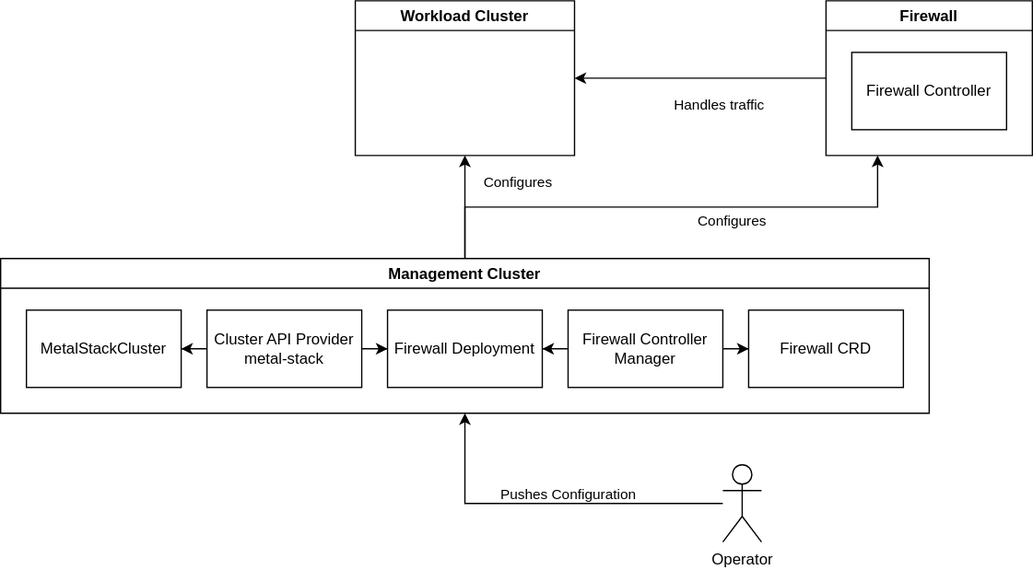
Above: docs/src/development/proposals/MEP16/firewall-for-capms-overview.svg in metal-stack/docs (draw.io), before the change. Source tidied: cells renumbered, new cells last; positions are measured from the earlier drawing's top-left corner, leaving out a move shared by most shapes.
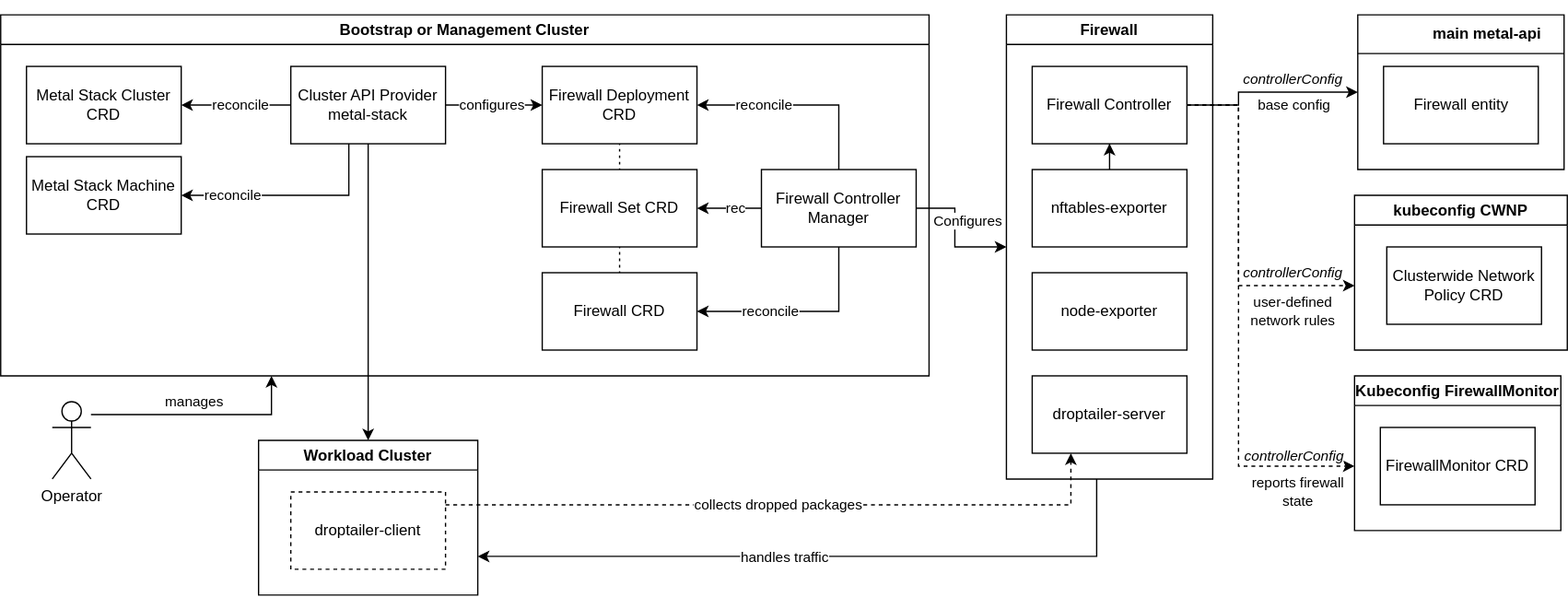
Above is the later version.

The edit, as a diff of the source:
```diff
@@ -2,83 +2,243 @@
   <root>
     <mxCell id="0" />
     <mxCell id="1" parent="0" />
-    <mxCell id="2" style="edgeStyle=orthogonalEdgeStyle;rounded=0;jettySize=auto;html=1;exitX=0;exitY=0.5;exitDx=0;exitDy=0;entryX=1;entryY=0.5;entryDx=0;entryDy=0;" parent="1" edge="1" source="4" target="6">
-      <mxGeometry relative="1" as="geometry" />
+    <mxCell id="2" style="edgeStyle=orthogonalEdgeStyle;rounded=0;jettySize=auto;html=1;" parent="1" edge="1" source="4" target="6">
+      <mxGeometry relative="1" as="geometry">
+        <Array as="points">
+          <mxPoint x="850" y="580" />
+        </Array>
+      </mxGeometry>
     </mxCell>
-    <mxCell id="3" value="Handles traffic" style="edgeLabel;html=1;align=center;verticalAlign=middle;" parent="2" vertex="1">
-      <mxGeometry x="-0.33" y="-1" relative="1" as="geometry">
-        <mxPoint x="-18" y="21" as="offset" />
-      </mxGeometry>
-    </mxCell>
+    <mxCell id="24" value="handles traffic" style="edgeLabel;html=1;align=center;verticalAlign=middle;" parent="2" vertex="1">
+      <mxGeometry x="0.12" y="1" relative="1" as="geometry" />
+    </mxCell>
     <mxCell id="4" value="Firewall" style="swimlane;whiteSpace=wrap;html=1;" parent="1" vertex="1">
-      <mxGeometry x="640" width="160" height="120" as="geometry" />
+      <mxGeometry x="780" y="160" width="160" height="360" as="geometry" />
     </mxCell>
     <mxCell id="5" value="Firewall Controller" style="rounded=0;whiteSpace=wrap;html=1;" parent="4" vertex="1">
       <mxGeometry x="20" y="40" width="120" height="60" as="geometry" />
     </mxCell>
+    <mxCell id="25" value="node-exporter" style="rounded=0;whiteSpace=wrap;html=1;" parent="4" vertex="1">
+      <mxGeometry x="20" y="200" width="120" height="60" as="geometry" />
+    </mxCell>
+    <mxCell id="26" style="edgeStyle=orthogonalEdgeStyle;rounded=0;jettySize=auto;html=1;" parent="4" edge="1" source="27" target="5">
+      <mxGeometry relative="1" as="geometry" />
+    </mxCell>
+    <mxCell id="27" value="nftables-exporter" style="rounded=0;whiteSpace=wrap;html=1;" parent="4" vertex="1">
+      <mxGeometry x="20" y="120" width="120" height="60" as="geometry" />
+    </mxCell>
+    <mxCell id="28" value="droptailer-server" style="rounded=0;whiteSpace=wrap;html=1;" parent="4" vertex="1">
+      <mxGeometry x="20" y="280" width="120" height="60" as="geometry" />
+    </mxCell>
     <mxCell id="6" value="Workload Cluster" style="swimlane;whiteSpace=wrap;html=1;" parent="1" vertex="1">
-      <mxGeometry x="275" width="170" height="120" as="geometry" />
+      <mxGeometry x="200" y="490" width="170" height="120" as="geometry" />
     </mxCell>
-    <mxCell id="7" style="edgeStyle=orthogonalEdgeStyle;rounded=0;jettySize=auto;html=1;entryX=0.25;entryY=1;entryDx=0;entryDy=0;" parent="1" edge="1" source="9" target="4">
-      <mxGeometry relative="1" as="geometry" />
-    </mxCell>
-    <mxCell id="8" value="Configures" style="edgeLabel;html=1;align=center;verticalAlign=middle;" parent="7" vertex="1">
-      <mxGeometry x="0.29" relative="1" as="geometry">
-        <mxPoint x="-12" y="10" as="offset" />
-      </mxGeometry>
-    </mxCell>
-    <mxCell id="9" value="Management Cluster" style="swimlane;whiteSpace=wrap;html=1;" parent="1" vertex="1">
-      <mxGeometry y="200" width="720" height="120" as="geometry" />
-    </mxCell>
-    <mxCell id="10" style="edgeStyle=orthogonalEdgeStyle;rounded=0;jettySize=auto;html=1;" parent="9" edge="1" source="12" target="13">
-      <mxGeometry relative="1" as="geometry" />
-    </mxCell>
-    <mxCell id="11" style="edgeStyle=orthogonalEdgeStyle;rounded=0;jettySize=auto;html=1;" parent="9" edge="1" source="12" target="14">
-      <mxGeometry relative="1" as="geometry" />
-    </mxCell>
+    <mxCell id="29" value="droptailer-client" style="rounded=0;whiteSpace=wrap;html=1;dashed=1;" parent="6" vertex="1">
+      <mxGeometry x="25" y="40" width="120" height="60" as="geometry" />
+    </mxCell>
+    <mxCell id="30" style="edgeStyle=orthogonalEdgeStyle;rounded=0;jettySize=auto;html=1;" parent="1" edge="1" source="16" target="4">
+      <mxGeometry relative="1" as="geometry">
+        <Array as="points">
+          <mxPoint x="740" y="310" />
+          <mxPoint x="740" y="340" />
+        </Array>
+      </mxGeometry>
+    </mxCell>
+    <mxCell id="31" value="Configures" style="edgeLabel;html=1;align=center;verticalAlign=middle;" parent="30" vertex="1">
+      <mxGeometry x="0.29" relative="1" as="geometry">
+        <mxPoint x="5" y="-20" as="offset" />
+      </mxGeometry>
+    </mxCell>
+    <mxCell id="32" value="Bootstrap or Management Cluster" style="swimlane;whiteSpace=wrap;html=1;" parent="1" vertex="1">
+      <mxGeometry y="160" width="720" height="280" as="geometry" />
+    </mxCell>
+    <mxCell id="33" style="edgeStyle=orthogonalEdgeStyle;rounded=0;jettySize=auto;html=1;" parent="32" edge="1" source="12" target="39">
+      <mxGeometry relative="1" as="geometry">
+        <Array as="points">
+          <mxPoint x="190" y="70" />
+          <mxPoint x="190" y="70" />
+        </Array>
+      </mxGeometry>
+    </mxCell>
+    <mxCell id="34" value="reconcile" style="edgeLabel;html=1;align=center;verticalAlign=middle;" parent="33" vertex="1">
+      <mxGeometry x="0.17" y="2" relative="1" as="geometry">
+        <mxPoint x="11" y="-2" as="offset" />
+      </mxGeometry>
+    </mxCell>
+    <mxCell id="35" style="edgeStyle=orthogonalEdgeStyle;rounded=0;jettySize=auto;html=1;" parent="32" edge="1" source="12" target="41">
+      <mxGeometry relative="1" as="geometry" />
+    </mxCell>
+    <mxCell id="36" value="configures" style="edgeLabel;html=1;align=center;verticalAlign=middle;" parent="35" vertex="1">
+      <mxGeometry x="0.07" y="-4" relative="1" as="geometry">
+        <mxPoint x="-4" y="-4" as="offset" />
+      </mxGeometry>
+    </mxCell>
+    <mxCell id="37" style="edgeStyle=orthogonalEdgeStyle;rounded=0;jettySize=auto;html=1;" parent="32" edge="1" source="12" target="49">
+      <mxGeometry relative="1" as="geometry">
+        <Array as="points">
+          <mxPoint x="270" y="140" />
+        </Array>
+      </mxGeometry>
+    </mxCell>
+    <mxCell id="38" value="reconcile" style="edgeLabel;html=1;align=center;verticalAlign=middle;" parent="37" vertex="1">
+      <mxGeometry x="0.53" relative="1" as="geometry" />
+    </mxCell>
-    <mxCell id="12" value="Cluster API Provider metal-stack" style="rounded=0;whiteSpace=wrap;html=1;" parent="9" vertex="1">
-      <mxGeometry x="160" y="40" width="120" height="60" as="geometry" />
+    <mxCell id="12" value="Cluster API Provider metal-stack" style="rounded=0;whiteSpace=wrap;html=1;" parent="32" vertex="1">
+      <mxGeometry x="225" y="40" width="120" height="60" as="geometry" />
     </mxCell>
-    <mxCell id="13" value="MetalStackCluster" style="rounded=0;whiteSpace=wrap;html=1;" parent="9" vertex="1">
-      <mxGeometry x="20" y="40" width="120" height="60" as="geometry" />
-    </mxCell>
-    <mxCell id="14" value="Firewall Deployment" style="rounded=0;whiteSpace=wrap;html=1;" parent="9" vertex="1">
-      <mxGeometry x="300" y="40" width="120" height="60" as="geometry" />
-    </mxCell>
+    <mxCell id="39" value="Metal Stack Cluster CRD" style="rounded=0;whiteSpace=wrap;html=1;" parent="32" vertex="1">
+      <mxGeometry x="20" y="40" width="120" height="60" as="geometry" />
+    </mxCell>
+    <mxCell id="40" style="edgeStyle=orthogonalEdgeStyle;rounded=0;jettySize=auto;html=1;dashed=1;dashPattern=1 4;endArrow=none;startFill=0;" parent="32" edge="1" source="41" target="43">
+      <mxGeometry relative="1" as="geometry" />
+    </mxCell>
+    <mxCell id="41" value="Firewall Deployment CRD" style="rounded=0;whiteSpace=wrap;html=1;" parent="32" vertex="1">
+      <mxGeometry x="420" y="40" width="120" height="60" as="geometry" />
+    </mxCell>
-    <mxCell id="15" value="Firewall CRD" style="rounded=0;whiteSpace=wrap;html=1;" parent="9" vertex="1">
-      <mxGeometry x="580" y="40" width="120" height="60" as="geometry" />
+    <mxCell id="15" value="Firewall CRD" style="rounded=0;whiteSpace=wrap;html=1;" parent="32" vertex="1">
+      <mxGeometry x="420" y="200" width="120" height="60" as="geometry" />
     </mxCell>
+    <mxCell id="42" style="edgeStyle=orthogonalEdgeStyle;rounded=0;jettySize=auto;html=1;endArrow=none;startFill=0;dashed=1;dashPattern=1 4;" parent="32" edge="1" source="43" target="15">
+      <mxGeometry relative="1" as="geometry" />
+    </mxCell>
+    <mxCell id="43" value="Firewall Set CRD" style="rounded=0;whiteSpace=wrap;html=1;" parent="32" vertex="1">
+      <mxGeometry x="420" y="120" width="120" height="60" as="geometry" />
+    </mxCell>
+    <mxCell id="44" style="edgeStyle=orthogonalEdgeStyle;rounded=0;jettySize=auto;html=1;" parent="32" edge="1" source="16" target="43">
+      <mxGeometry relative="1" as="geometry" />
+    </mxCell>
+    <mxCell id="45" value="rec" style="edgeLabel;html=1;align=center;verticalAlign=middle;" parent="44" vertex="1">
+      <mxGeometry x="0.36" y="3" relative="1" as="geometry">
+        <mxPoint x="14" y="-3" as="offset" />
+      </mxGeometry>
+    </mxCell>
+    <mxCell id="46" style="edgeStyle=orthogonalEdgeStyle;rounded=0;jettySize=auto;html=1;" parent="32" edge="1" source="16" target="41">
+      <mxGeometry relative="1" as="geometry">
+        <Array as="points">
+          <mxPoint x="650" y="70" />
+        </Array>
+      </mxGeometry>
+    </mxCell>
+    <mxCell id="47" value="reconcile" style="edgeLabel;html=1;align=center;verticalAlign=middle;" parent="46" vertex="1">
+      <mxGeometry x="0.36" relative="1" as="geometry" />
+    </mxCell>
+    <mxCell id="17" style="edgeStyle=orthogonalEdgeStyle;rounded=0;jettySize=auto;html=1;" parent="32" edge="1" source="16" target="15">
+      <mxGeometry relative="1" as="geometry">
+        <Array as="points">
+          <mxPoint x="650" y="230" />
+        </Array>
+      </mxGeometry>
+    </mxCell>
+    <mxCell id="48" value="reconcile" style="edgeLabel;html=1;align=center;verticalAlign=middle;" parent="17" vertex="1">
+      <mxGeometry x="0.34" y="-4" relative="1" as="geometry">
+        <mxPoint x="4" y="4" as="offset" />
+      </mxGeometry>
+    </mxCell>
-    <mxCell id="16" value="Firewall Controller Manager" style="rounded=0;whiteSpace=wrap;html=1;" parent="9" vertex="1">
-      <mxGeometry x="440" y="40" width="120" height="60" as="geometry" />
+    <mxCell id="16" value="Firewall Controller Manager" style="rounded=0;whiteSpace=wrap;html=1;" parent="32" vertex="1">
+      <mxGeometry x="590" y="120" width="120" height="60" as="geometry" />
     </mxCell>
-    <mxCell id="17" style="edgeStyle=orthogonalEdgeStyle;rounded=0;jettySize=auto;html=1;" parent="9" edge="1" source="16" target="15">
-      <mxGeometry relative="1" as="geometry" />
-    </mxCell>
-    <mxCell id="18" style="edgeStyle=orthogonalEdgeStyle;rounded=0;jettySize=auto;html=1;entryX=1;entryY=0.5;entryDx=0;entryDy=0;" parent="9" edge="1" source="16" target="14">
-      <mxGeometry relative="1" as="geometry" />
-    </mxCell>
-    <mxCell id="19" style="edgeStyle=orthogonalEdgeStyle;rounded=0;jettySize=auto;html=1;entryX=0.5;entryY=1;entryDx=0;entryDy=0;" parent="1" edge="1" source="23" target="9">
-      <mxGeometry relative="1" as="geometry">
-        <Array as="points">
-          <mxPoint x="360" y="390" />
-        </Array>
-      </mxGeometry>
-    </mxCell>
-    <mxCell id="20" value="Pushes Configuration" style="edgeLabel;html=1;align=center;verticalAlign=middle;" parent="19" vertex="1">
-      <mxGeometry x="-0.09" y="1" relative="1" as="geometry">
-        <mxPoint x="2" y="-9" as="offset" />
-      </mxGeometry>
-    </mxCell>
-    <mxCell id="21" style="edgeStyle=orthogonalEdgeStyle;rounded=0;jettySize=auto;html=1;entryX=0.5;entryY=1;entryDx=0;entryDy=0;" parent="1" edge="1" source="9" target="6">
-      <mxGeometry relative="1" as="geometry" />
-    </mxCell>
-    <mxCell id="22" value="Configures" style="edgeLabel;html=1;align=center;verticalAlign=middle;" parent="21" vertex="1">
-      <mxGeometry x="-0.38" y="-3" relative="1" as="geometry">
-        <mxPoint x="37" y="-35" as="offset" />
-      </mxGeometry>
-    </mxCell>
+    <mxCell id="49" value="Metal Stack Machine CRD" style="rounded=0;whiteSpace=wrap;html=1;" parent="32" vertex="1">
+      <mxGeometry x="20" y="110" width="120" height="60" as="geometry" />
+    </mxCell>
+    <mxCell id="50" style="edgeStyle=orthogonalEdgeStyle;rounded=0;jettySize=auto;html=1;" parent="1" edge="1" source="23" target="32">
+      <mxGeometry relative="1" as="geometry">
+        <Array as="points">
+          <mxPoint x="210" y="470" />
+        </Array>
+      </mxGeometry>
+    </mxCell>
+    <mxCell id="51" value="manages" style="edgeLabel;html=1;align=center;verticalAlign=middle;" parent="50" vertex="1">
+      <mxGeometry x="-0.09" y="1" relative="1" as="geometry">
+        <mxPoint x="2" y="-9" as="offset" />
+      </mxGeometry>
+    </mxCell>
     <mxCell id="23" value="Operator" style="shape=umlActor;verticalLabelPosition=bottom;verticalAlign=top;html=1;outlineConnect=0;" parent="1" vertex="1">
-      <mxGeometry x="560" y="360" width="30" height="60" as="geometry" />
+      <mxGeometry x="40" y="460" width="30" height="60" as="geometry" />
     </mxCell>
+    <mxCell id="52" value="Kubeconfig FirewallMonitor" style="swimlane;whiteSpace=wrap;html=1;" parent="1" vertex="1">
+      <mxGeometry x="1050" y="440" width="160" height="120" as="geometry" />
+    </mxCell>
+    <mxCell id="53" value="FirewallMonitor CRD" style="rounded=0;whiteSpace=wrap;html=1;" parent="52" vertex="1">
+      <mxGeometry x="20" y="40" width="120" height="60" as="geometry" />
+    </mxCell>
+    <mxCell id="54" value="&lt;blockquote style=&quot;margin: 0 0 0 40px; border: none; padding: 0px;&quot;&gt;main metal-api&lt;/blockquote&gt;" style="swimlane;whiteSpace=wrap;html=1;startSize=30;" parent="1" vertex="1">
+      <mxGeometry x="1052.5" y="160" width="160" height="120" as="geometry" />
+    </mxCell>
+    <mxCell id="55" value="Firewall entity" style="rounded=0;whiteSpace=wrap;html=1;" parent="54" vertex="1">
+      <mxGeometry x="20" y="40" width="120" height="60" as="geometry" />
+    </mxCell>
+    <mxCell id="56" value="kubeconfig CWNP" style="swimlane;whiteSpace=wrap;html=1;" parent="1" vertex="1">
+      <mxGeometry x="1050" y="300" width="165" height="120" as="geometry" />
+    </mxCell>
+    <mxCell id="57" value="Clusterwide Network Policy&amp;nbsp;&lt;span style=&quot;background-color: transparent; color: light-dark(rgb(0, 0, 0), rgb(255, 255, 255));&quot;&gt;CRD&lt;/span&gt;" style="rounded=0;whiteSpace=wrap;html=1;" parent="56" vertex="1">
+      <mxGeometry x="25" y="40" width="120" height="60" as="geometry" />
+    </mxCell>
+    <mxCell id="58" style="edgeStyle=orthogonalEdgeStyle;rounded=0;jettySize=auto;html=1;" parent="1" edge="1" source="5" target="54">
+      <mxGeometry relative="1" as="geometry">
+        <Array as="points">
+          <mxPoint x="960" y="230" />
+          <mxPoint x="960" y="220" />
+        </Array>
+      </mxGeometry>
+    </mxCell>
+    <mxCell id="59" value="base config" style="edgeLabel;html=1;align=center;verticalAlign=middle;" parent="58" vertex="1">
+      <mxGeometry x="0.42" relative="1" as="geometry">
+        <mxPoint x="-9" y="10" as="offset" />
+      </mxGeometry>
+    </mxCell>
+    <mxCell id="60" value="&lt;i&gt;controllerConfig&lt;/i&gt;" style="edgeLabel;html=1;align=center;verticalAlign=middle;" parent="58" vertex="1">
+      <mxGeometry x="0.07" y="3" relative="1" as="geometry">
+        <mxPoint x="15" y="-7" as="offset" />
+      </mxGeometry>
+    </mxCell>
+    <mxCell id="61" style="edgeStyle=orthogonalEdgeStyle;rounded=0;jettySize=auto;html=1;dashed=1;" parent="1" edge="1" source="5" target="56">
+      <mxGeometry relative="1" as="geometry">
+        <Array as="points">
+          <mxPoint x="960" y="230" />
+          <mxPoint x="960" y="370" />
+        </Array>
+      </mxGeometry>
+    </mxCell>
+    <mxCell id="62" value="user-defined&lt;br&gt;network rules" style="edgeLabel;html=1;align=center;verticalAlign=middle;" parent="61" vertex="1">
+      <mxGeometry x="0.67" y="-1" relative="1" as="geometry">
+        <mxPoint x="-4" y="19" as="offset" />
+      </mxGeometry>
+    </mxCell>
+    <mxCell id="63" style="edgeStyle=orthogonalEdgeStyle;rounded=0;jettySize=auto;html=1;dashed=1;" parent="1" edge="1" source="5" target="52">
+      <mxGeometry relative="1" as="geometry">
+        <Array as="points">
+          <mxPoint x="960" y="230" />
+          <mxPoint x="960" y="510" />
+        </Array>
+      </mxGeometry>
+    </mxCell>
+    <mxCell id="64" value="reports firewall&lt;br&gt;state" style="edgeLabel;html=1;align=center;verticalAlign=middle;" parent="63" vertex="1">
+      <mxGeometry x="0.79" relative="1" as="geometry">
+        <mxPoint y="20" as="offset" />
+      </mxGeometry>
+    </mxCell>
+    <mxCell id="65" style="edgeStyle=orthogonalEdgeStyle;rounded=0;jettySize=auto;html=1;" parent="1" edge="1" source="12" target="6">
+      <mxGeometry relative="1" as="geometry" />
+    </mxCell>
+    <mxCell id="66" style="edgeStyle=orthogonalEdgeStyle;rounded=0;jettySize=auto;html=1;entryX=0.25;entryY=1;entryDx=0;entryDy=0;dashed=1;" parent="1" edge="1" source="29" target="28">
+      <mxGeometry relative="1" as="geometry">
+        <Array as="points">
+          <mxPoint x="830" y="540" />
+        </Array>
+      </mxGeometry>
+    </mxCell>
+    <mxCell id="67" value="collects dropped packages" style="edgeLabel;html=1;align=center;verticalAlign=middle;" parent="66" vertex="1">
+      <mxGeometry x="-0.02" relative="1" as="geometry" />
+    </mxCell>
+    <mxCell id="68" value="&lt;i&gt;controllerConfig&lt;/i&gt;" style="edgeLabel;html=1;align=center;verticalAlign=middle;" parent="1" vertex="1">
+      <mxGeometry x="1010" y="360" as="geometry">
+        <mxPoint x="-8" as="offset" />
+      </mxGeometry>
+    </mxCell>
+    <mxCell id="69" value="&lt;i&gt;controllerConfig&lt;/i&gt;" style="edgeLabel;html=1;align=center;verticalAlign=middle;" parent="1" vertex="1">
+      <mxGeometry x="1000" y="510" as="geometry">
+        <mxPoint x="3" y="-8" as="offset" />
+      </mxGeometry>
+    </mxCell>
   </root>
 </mxGraphModel>
```
